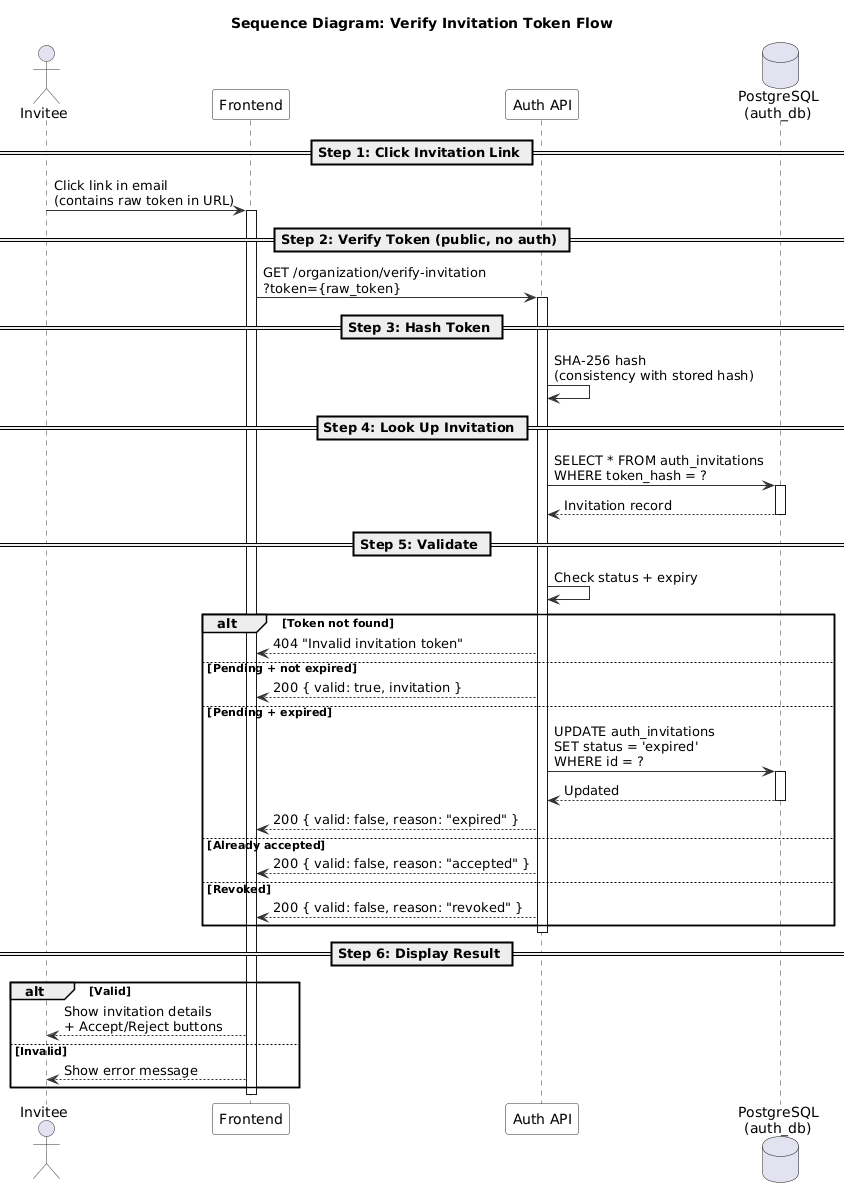
Earlier version of the PlantUML export modules/dist/auth/images/sequence/verify-invitation-token-sequence.png (namnh240795/document).
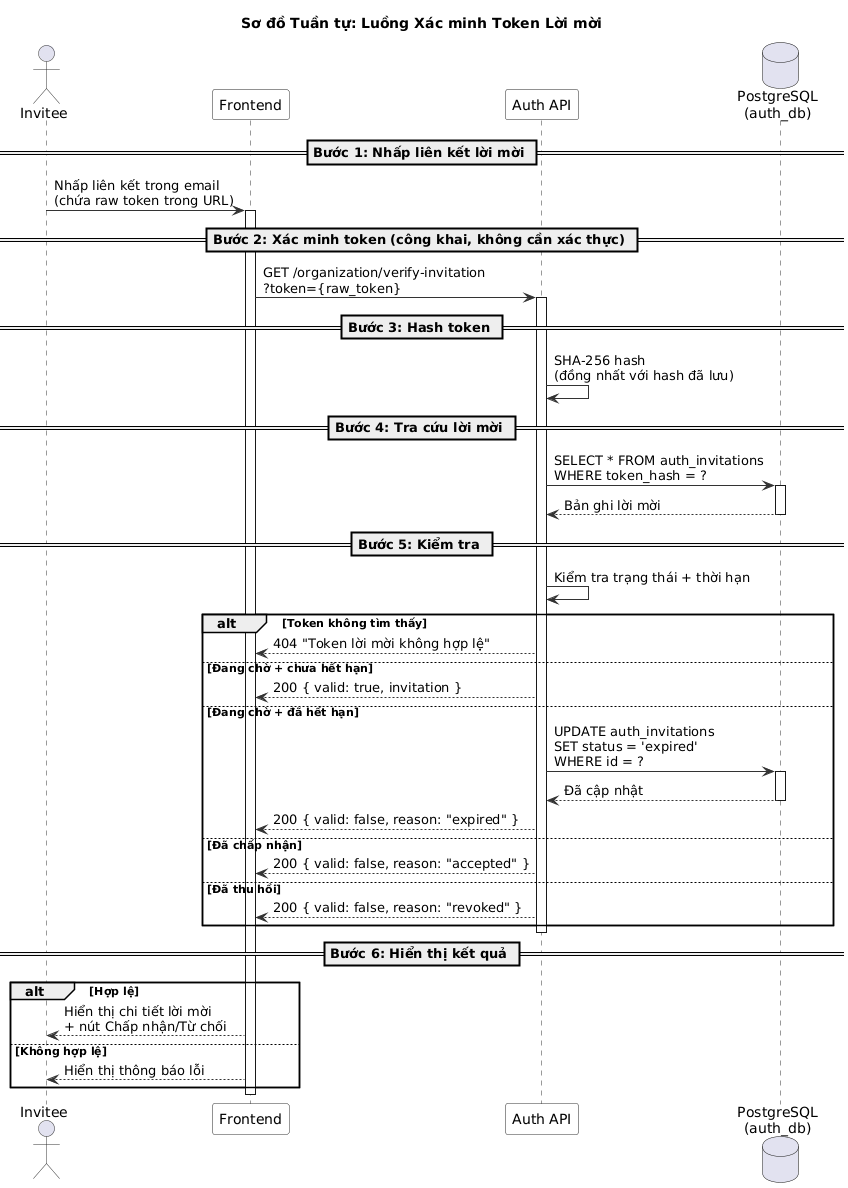
Later version of the same file.

What changed in the source:
```diff
@@ -8,62 +8,62 @@
   ParticipantBorderColor #333333
 }
 
-title Sequence Diagram: Verify Invitation Token Flow
+title Sơ đồ Tuần tự: Luồng Xác minh Token Lời mời
 
 actor "Invitee" as Inv
 participant "Frontend" as FE
 participant "Auth API" as API
 database "PostgreSQL\n(auth_db)" as DB
 
-== Step 1: Click Invitation Link ==
+== Bước 1: Nhấp liên kết lời mời ==
 
-Inv -> FE : Click link in email\n(contains raw token in URL)
+Inv -> FE : Nhấp liên kết trong email\n(chứa raw token trong URL)
 activate FE
 
-== Step 2: Verify Token (public, no auth) ==
+== Bước 2: Xác minh token (công khai, không cần xác thực) ==
 
 FE -> API : GET /organization/verify-invitation\n?token={raw_token}
 activate API
 
-== Step 3: Hash Token ==
+== Bước 3: Hash token ==
 
-API -> API : SHA-256 hash\n(consistency with stored hash)
+API -> API : SHA-256 hash\n(đồng nhất với hash đã lưu)
 
-== Step 4: Look Up Invitation ==
+== Bước 4: Tra cứu lời mời ==
 
 API -> DB : SELECT * FROM auth_invitations\nWHERE token_hash = ?
 activate DB
-DB --> API : Invitation record
+DB --> API : Bản ghi lời mời
 deactivate DB
 
-== Step 5: Validate ==
+== Bước 5: Kiểm tra ==
 
-API -> API : Check status + expiry
+API -> API : Kiểm tra trạng thái + thời hạn
 
-alt Token not found
-  API --> FE : 404 "Invalid invitation token"
-else Pending + not expired
+alt Token không tìm thấy
+  API --> FE : 404 "Token lời mời không hợp lệ"
+else Đang chờ + chưa hết hạn
   API --> FE : 200 { valid: true, invitation }
-else Pending + expired
+else Đang chờ + đã hết hạn
   API -> DB : UPDATE auth_invitations\nSET status = 'expired'\nWHERE id = ?
   activate DB
-  DB --> API : Updated
+  DB --> API : Đã cập nhật
   deactivate DB
   API --> FE : 200 { valid: false, reason: "expired" }
-else Already accepted
+else Đã chấp nhận
   API --> FE : 200 { valid: false, reason: "accepted" }
-else Revoked
+else Đã thu hồi
   API --> FE : 200 { valid: false, reason: "revoked" }
 end
 
 deactivate API
 
-== Step 6: Display Result ==
+== Bước 6: Hiển thị kết quả ==
 
-alt Valid
-  FE --> Inv : Show invitation details\n+ Accept/Reject buttons
-else Invalid
-  FE --> Inv : Show error message
+alt Hợp lệ
+  FE --> Inv : Hiển thị chi tiết lời mời\n+ nút Chấp nhận/Từ chối
+else Không hợp lệ
+  FE --> Inv : Hiển thị thông báo lỗi
 end
 
 deactivate FE
```
